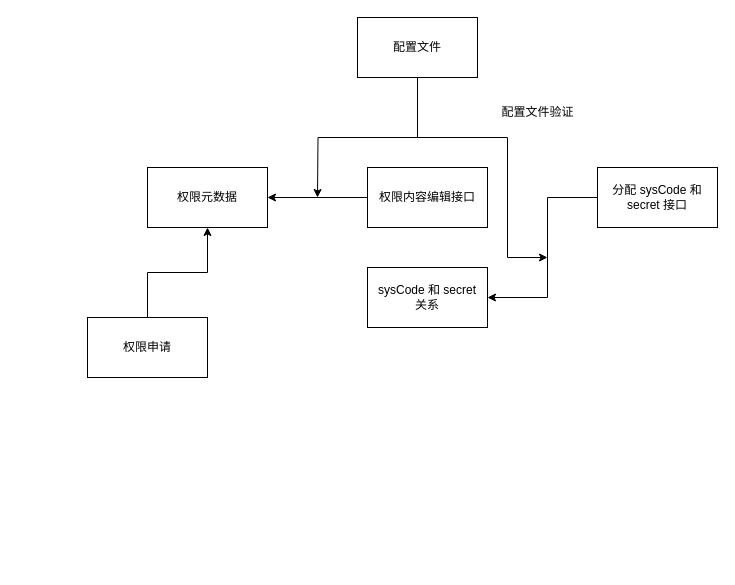
Above: page "第 2 页" (2 of 3) of 未命名绘图.drawio in anriclee/diagramStorage (draw.io), before the change. Source tidied: cells renumbered, new cells numbered last; positions are measured from the earlier drawing's top-left corner, leaving out a move shared by most shapes. Both pictures are drawn from the tidied source at 100%, with x=0, y=0 at pixel (87, 17).
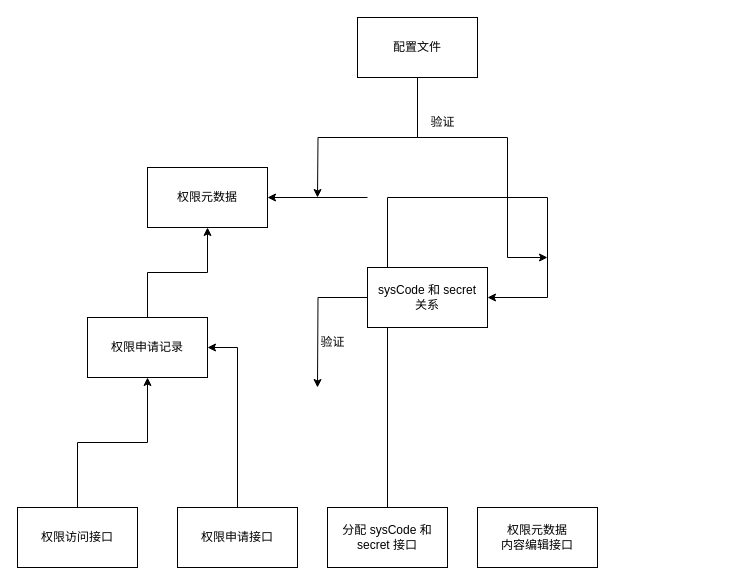
After the change.

Unchanged cells that the change refers to:
```xml
<mxCell id="13" value="sysCode 和 secret &lt;br&gt;关系" style="rounded=0;whiteSpace=wrap;html=1;" parent="1" vertex="1">
  <mxGeometry x="280" y="250" width="120" height="60" as="geometry" />
</mxCell>
```

Diff of the diagram source:
```diff
@@
-    <mxCell id="4" value="权限申请" style="rounded=0;whiteSpace=wrap;html=1;" parent="1" vertex="1">
+    <mxCell id="4" value="权限申请记录" style="rounded=0;whiteSpace=wrap;html=1;" parent="1" vertex="1">
       <mxGeometry y="300" width="120" height="60" as="geometry" />
     </mxCell>
@@
-    <mxCell id="6" value="权限内容编辑接口" style="rounded=0;whiteSpace=wrap;html=1;" parent="1" vertex="1">
-      <mxGeometry x="280" y="150" width="120" height="60" as="geometry" />
+    <mxCell id="6" value="权限元数据&lt;br&gt;内容编辑接口" style="rounded=0;whiteSpace=wrap;html=1;" parent="1" vertex="1">
+      <mxGeometry x="390" y="490" width="120" height="60" as="geometry" />
     </mxCell>
@@
-    <mxCell id="10" value="配置文件验证" style="text;html=1;align=center;verticalAlign=middle;strokeColor=none;fillColor=none;" parent="1" vertex="1">
-      <mxGeometry x="400" y="80" width="100" height="30" as="geometry" />
+    <mxCell id="10" value="验证" style="text;html=1;align=center;verticalAlign=middle;strokeColor=none;fillColor=none;" parent="1" vertex="1">
+      <mxGeometry x="330" y="90" width="50" height="30" as="geometry" />
     </mxCell>
@@
     <mxCell id="12" value="分配 sysCode 和 secret 接口" style="rounded=0;whiteSpace=wrap;html=1;" parent="1" vertex="1">
-      <mxGeometry x="510" y="150" width="120" height="60" as="geometry" />
+      <mxGeometry x="240" y="490" width="120" height="60" as="geometry" />
     </mxCell>
+    <mxCell id="14" style="edgeStyle=orthogonalEdgeStyle;rounded=0;jettySize=auto;html=1;" parent="1" edge="1" source="13">
+      <mxGeometry relative="1" as="geometry">
+        <mxPoint x="230" y="370" as="targetPoint" />
+      </mxGeometry>
+    </mxCell>
@@
+    <mxCell id="15" value="验证" style="text;html=1;align=center;verticalAlign=middle;strokeColor=none;fillColor=none;" parent="1" vertex="1">
+      <mxGeometry x="220" y="310" width="50" height="30" as="geometry" />
+    </mxCell>
+    <mxCell id="16" style="edgeStyle=orthogonalEdgeStyle;rounded=0;jettySize=auto;html=1;entryX=1;entryY=0.5;entryDx=0;entryDy=0;" parent="1" edge="1" source="17" target="4">
+      <mxGeometry relative="1" as="geometry" />
+    </mxCell>
+    <mxCell id="17" value="权限申请接口" style="rounded=0;whiteSpace=wrap;html=1;" parent="1" vertex="1">
+      <mxGeometry x="90" y="490" width="120" height="60" as="geometry" />
+    </mxCell>
+    <mxCell id="18" style="edgeStyle=orthogonalEdgeStyle;rounded=0;jettySize=auto;html=1;entryX=0.5;entryY=1;entryDx=0;entryDy=0;" parent="1" edge="1" source="19" target="4">
+      <mxGeometry relative="1" as="geometry" />
+    </mxCell>
+    <mxCell id="19" value="权限访问接口" style="rounded=0;whiteSpace=wrap;html=1;" parent="1" vertex="1">
+      <mxGeometry x="-70" y="490" width="120" height="60" as="geometry" />
+    </mxCell>
```
